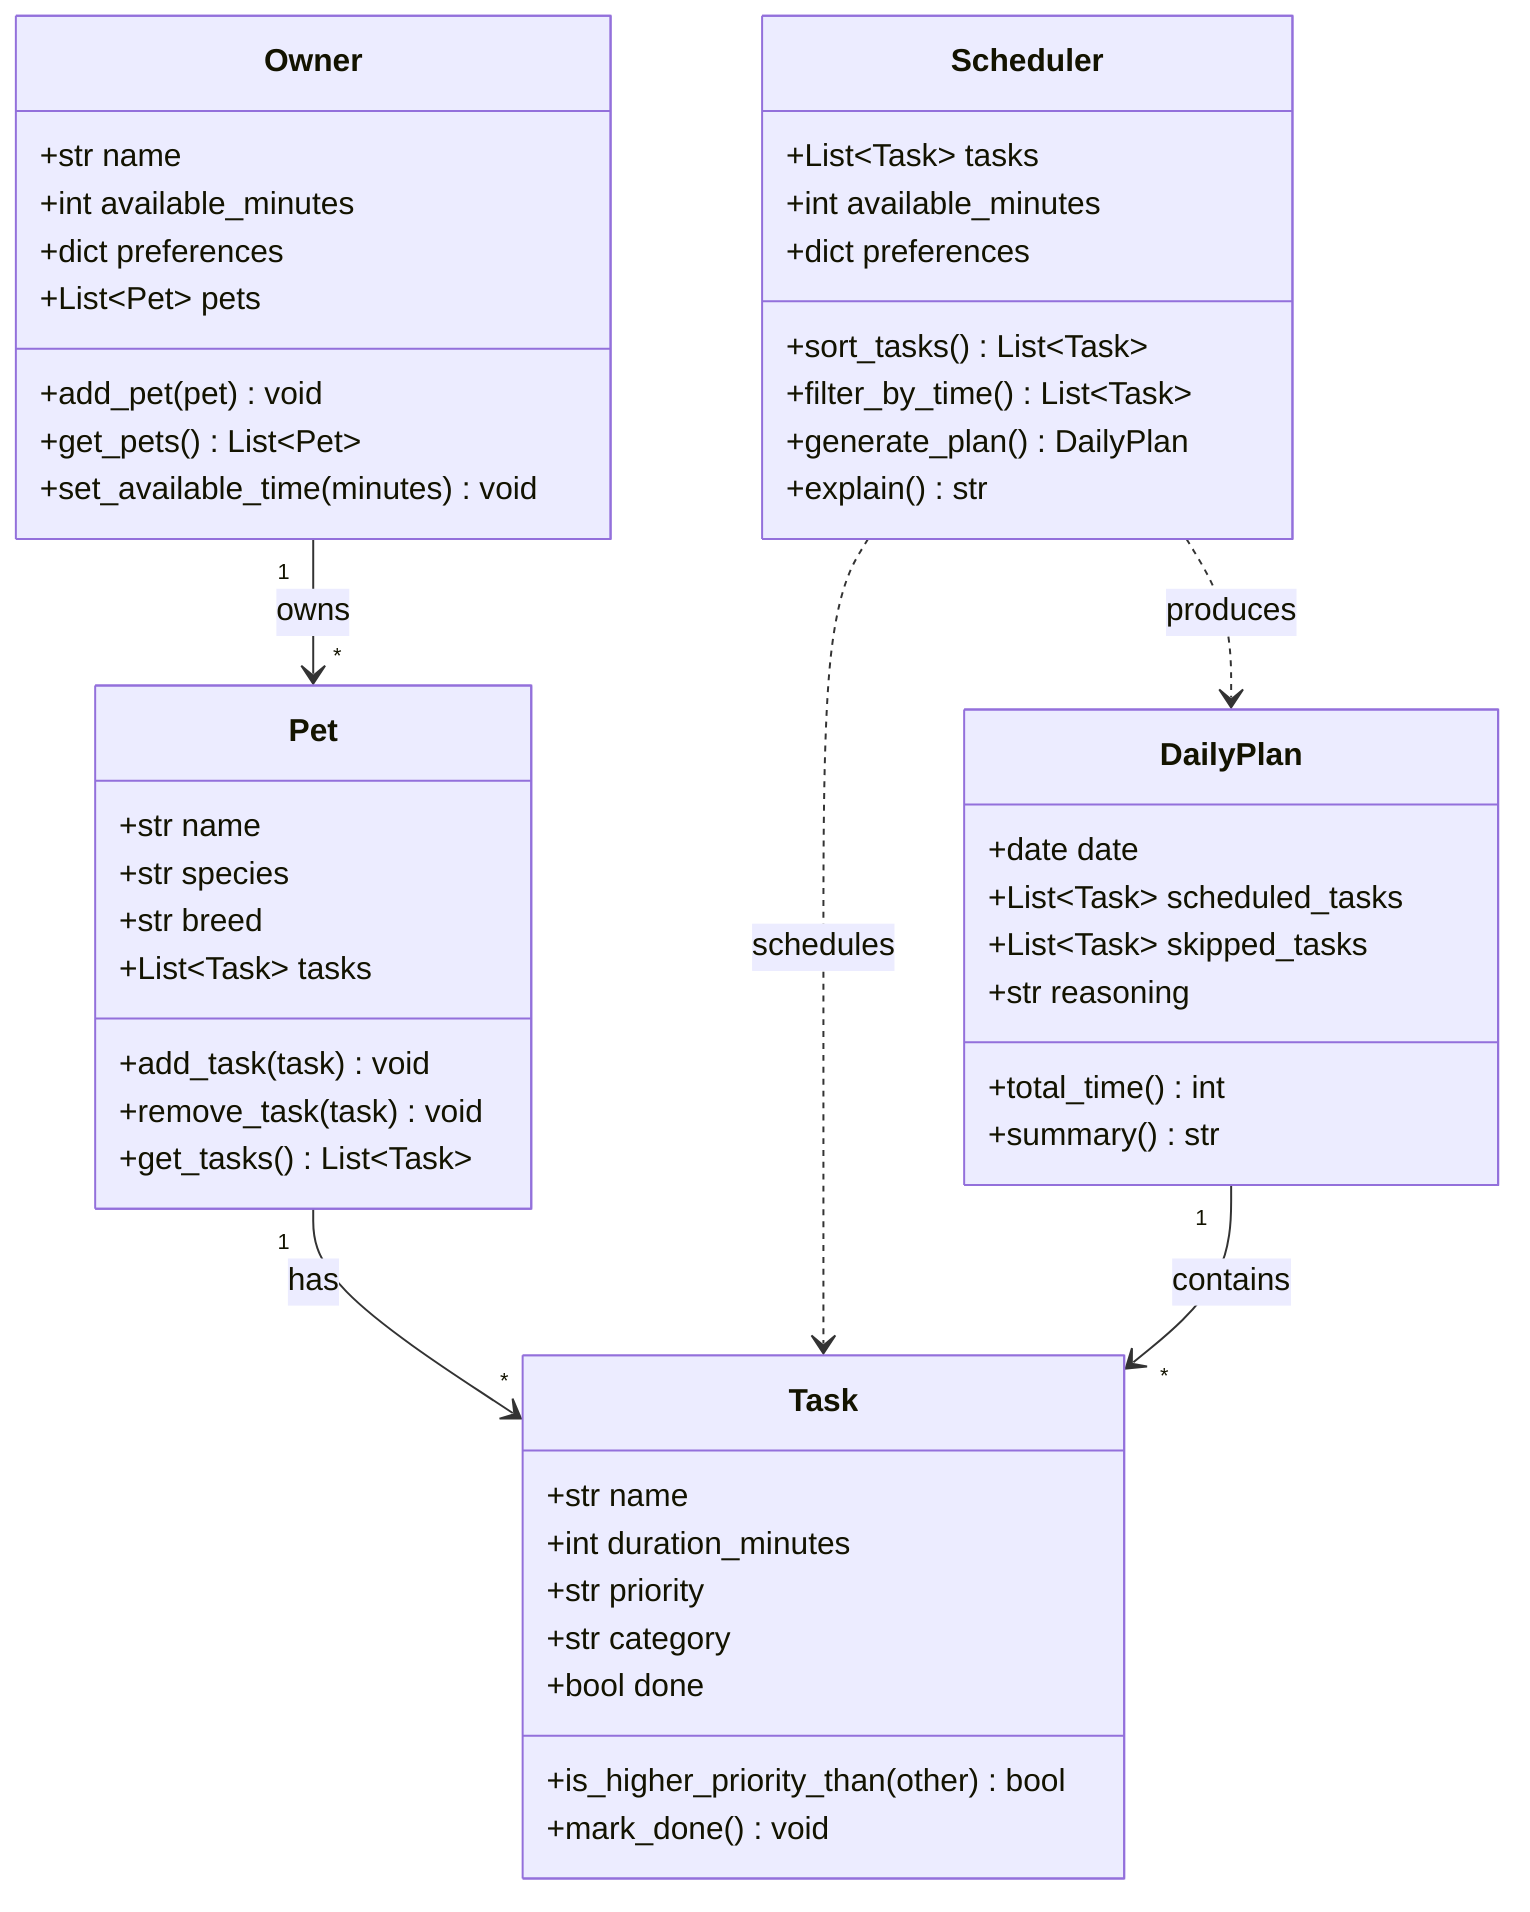
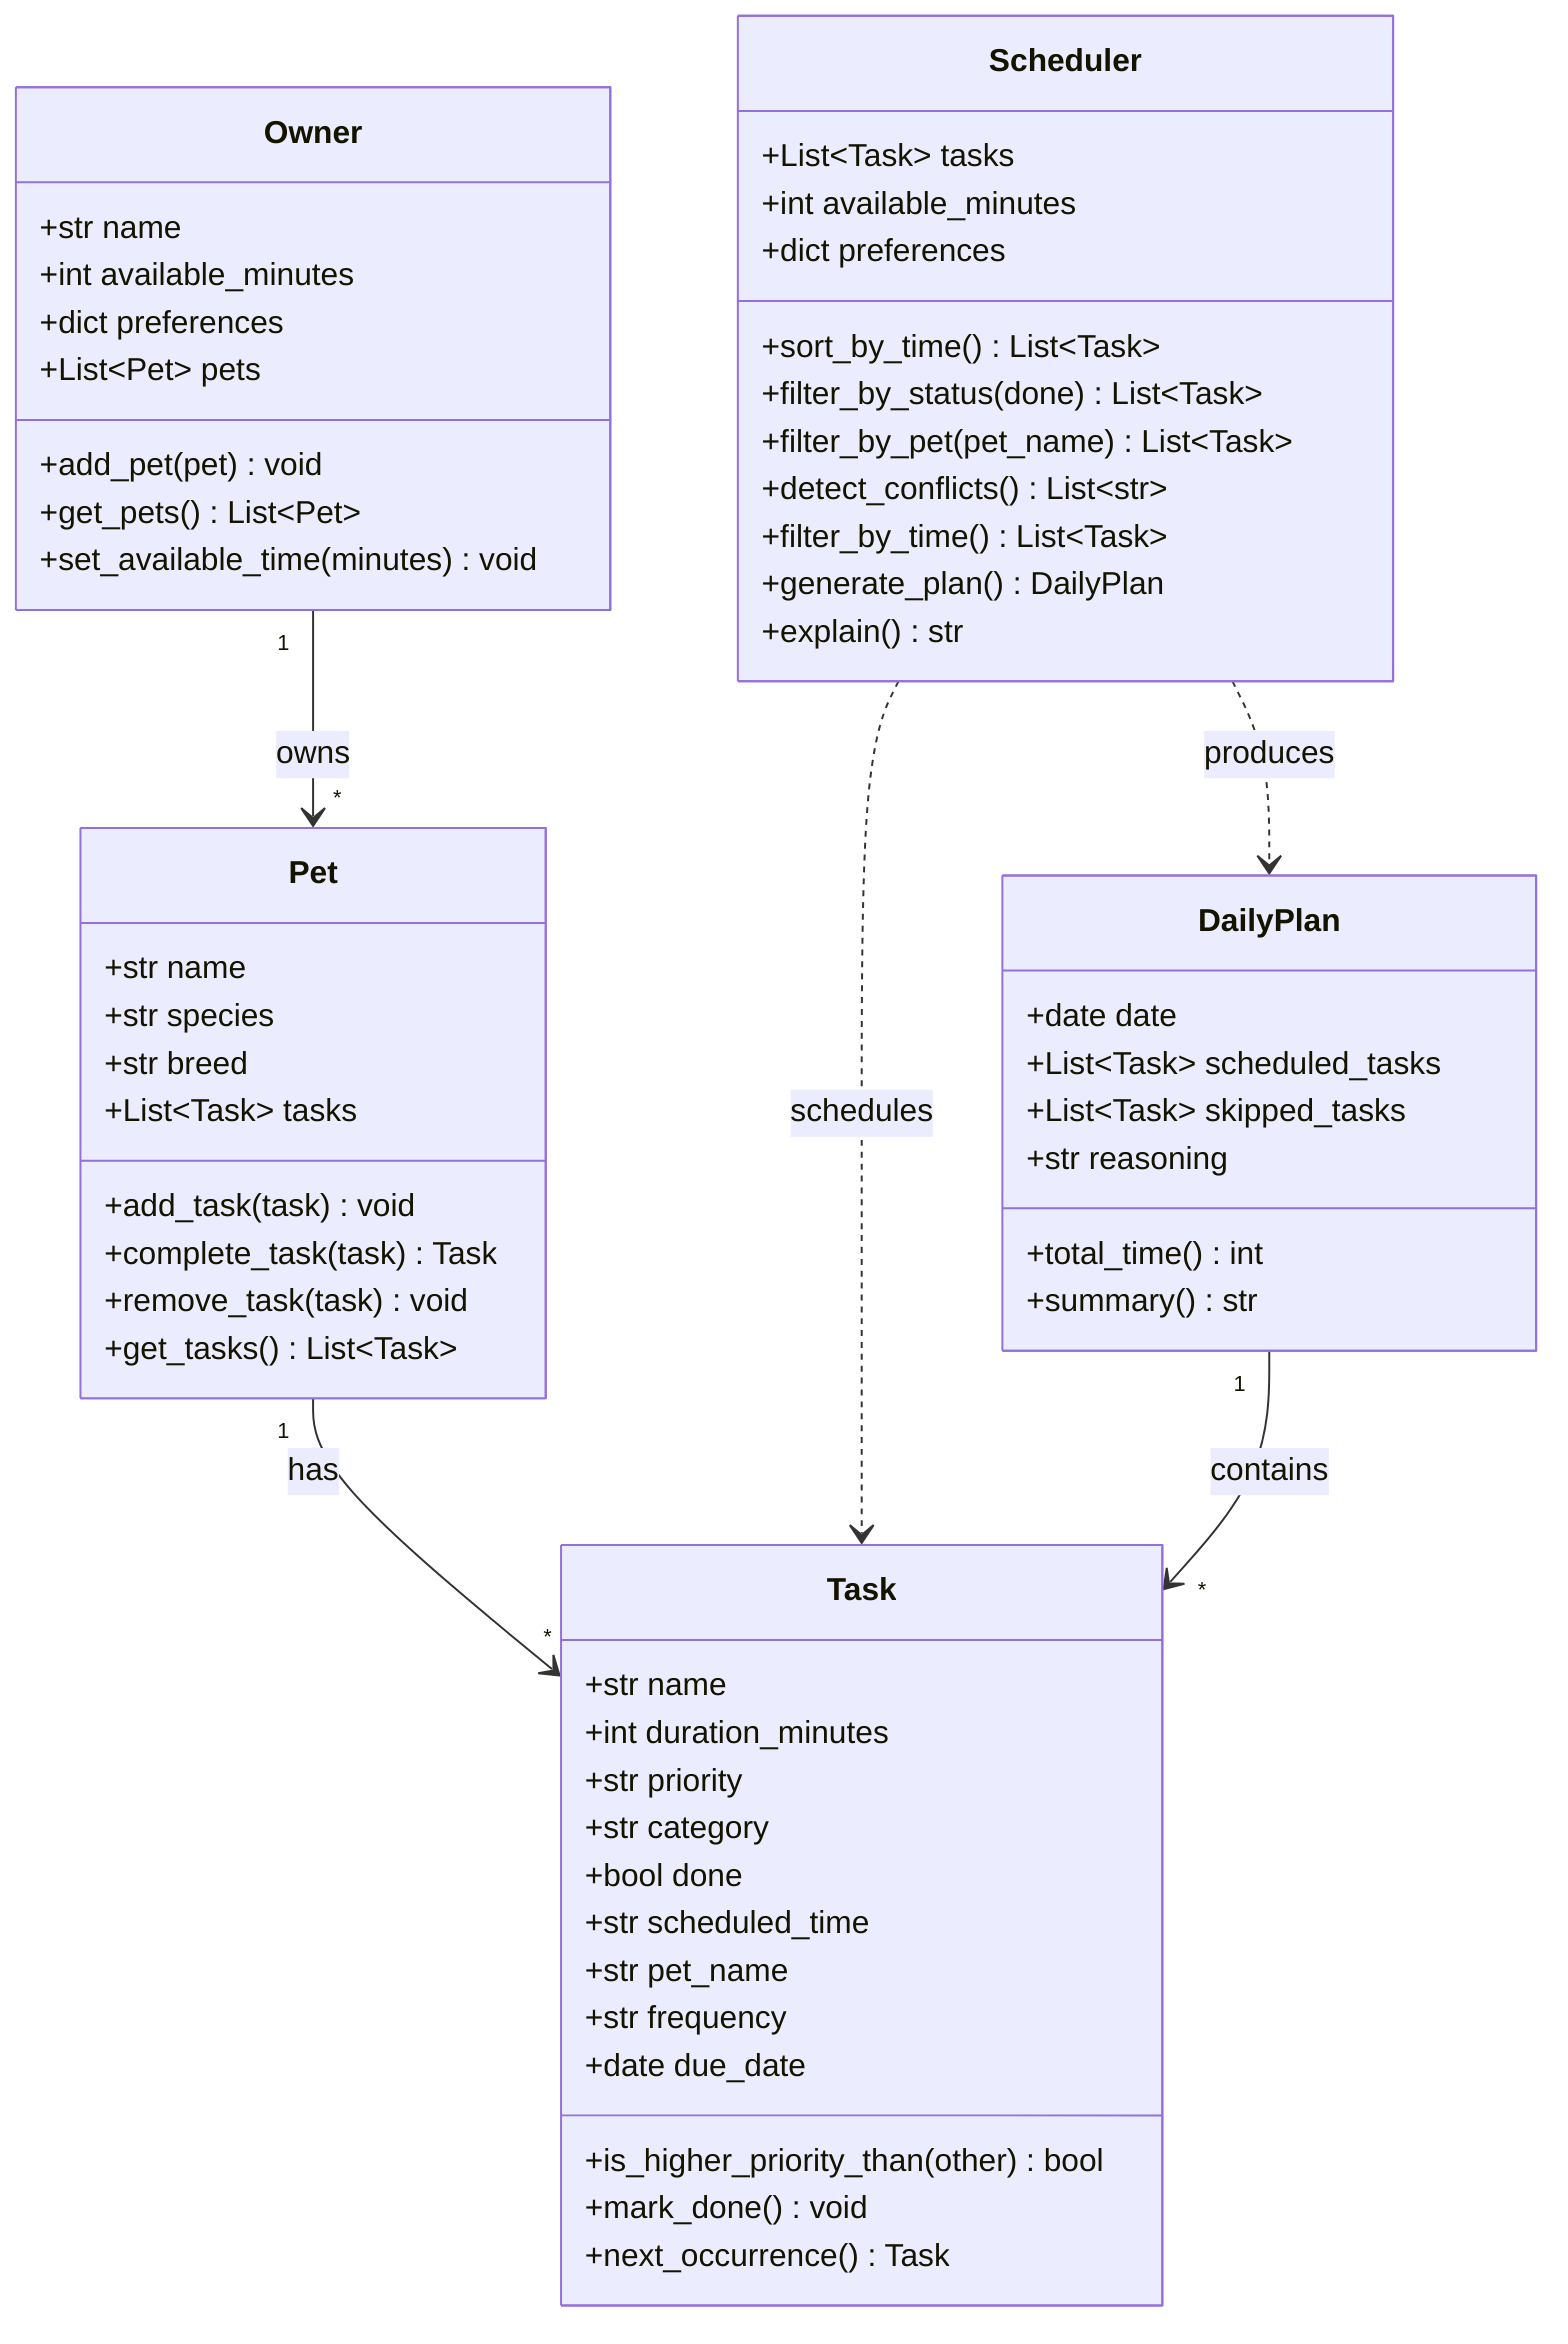
classDiagram
    %% PawPal+ class diagram — keep updated so it matches the final implementation.

    class Owner {
        +str name
        +int available_minutes
        +dict preferences
        +List~Pet~ pets
        +add_pet(pet) void
        +get_pets() List~Pet~
        +set_available_time(minutes) void
    }

    class Pet {
        +str name
        +str species
        +str breed
        +List~Task~ tasks
        +add_task(task) void
+         +complete_task(task) Task
        +remove_task(task) void
        +get_tasks() List~Task~
    }

    class Task {
        +str name
        +int duration_minutes
        +str priority
        +str category
        +bool done
+         +str scheduled_time
+         +str pet_name
+         +str frequency
+         +date due_date
        +is_higher_priority_than(other) bool
        +mark_done() void
+         +next_occurrence() Task
    }

    class Scheduler {
        +List~Task~ tasks
        +int available_minutes
        +dict preferences
-         +sort_tasks() List~Task~
+         +sort_by_time() List~Task~
+         +filter_by_status(done) List~Task~
+         +filter_by_pet(pet_name) List~Task~
+         +detect_conflicts() List~str~
        +filter_by_time() List~Task~
        +generate_plan() DailyPlan
        +explain() str
    }

    class DailyPlan {
        +date date
        +List~Task~ scheduled_tasks
        +List~Task~ skipped_tasks
        +str reasoning
        +total_time() int
        +summary() str
    }

    Owner "1" --> "*" Pet : owns
    Pet "1" --> "*" Task : has
    Scheduler ..> Task : schedules
    Scheduler ..> DailyPlan : produces
    DailyPlan "1" --> "*" Task : contains
